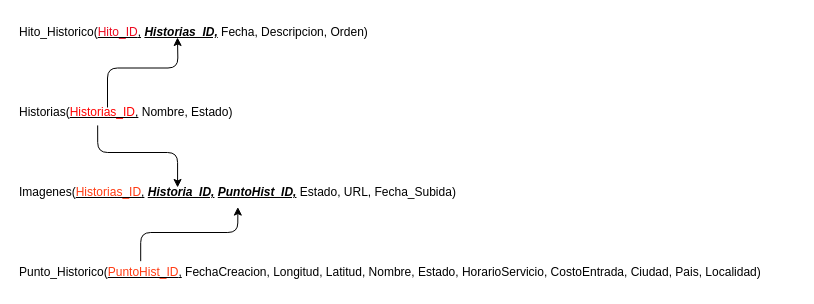
Before: page "Page-1" (1 of 2) of ModeloLogico.drawio in AlesharrDev/diagramasturista, a draw.io diagram. Source tidied: cells renumbered, new cells numbered last; positions are measured from the earlier drawing's top-left corner, leaving out a move shared by most shapes. Both pictures are drawn from the tidied source at 100%, with x=0, y=0 at pixel (17, 17).
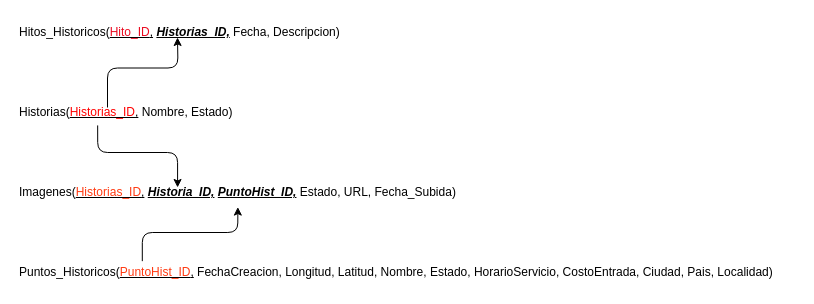
The same diagram, later.

Commit message:
modelos logico

Change to the diagram source:
```diff
@@
 <mxGraphModel>
   <root>
     <mxCell id="0" />
     <mxCell id="1" parent="0" />
-    <mxCell id="2" value="Hito_Historico(&lt;u&gt;&lt;span&gt;&lt;font style=&quot;color: light-dark(rgb(235, 10, 32), rgb(237, 237, 237));&quot;&gt;Hito_ID&lt;/font&gt;&lt;/span&gt;,&lt;/u&gt; &lt;b style=&quot;font-style: italic; text-decoration-line: underline;&quot;&gt;Historias_ID,&lt;/b&gt;&amp;nbsp;Fecha, Descripcion, O&lt;span style=&quot;background-color: transparent;&quot;&gt;rden&lt;/span&gt;&lt;span style=&quot;background-color: transparent;&quot;&gt;)&lt;/span&gt;" style="text;html=1;align=left;verticalAlign=middle;strokeColor=none;fillColor=none;" parent="1" vertex="1">
-      <mxGeometry width="370" height="30" as="geometry" />
+    <mxCell id="2" value="Hitos_Historicos(&lt;u&gt;&lt;span&gt;&lt;font style=&quot;color: light-dark(rgb(235, 10, 32), rgb(237, 237, 237));&quot;&gt;Hito_ID&lt;/font&gt;&lt;/span&gt;,&lt;/u&gt; &lt;b style=&quot;font-style: italic; text-decoration-line: underline;&quot;&gt;Historias_ID,&lt;/b&gt;&amp;nbsp;Fecha, Descripcion&lt;span style=&quot;background-color: transparent;&quot;&gt;)&lt;/span&gt;" style="text;html=1;align=left;verticalAlign=middle;strokeColor=none;fillColor=none;" parent="1" vertex="1">
+      <mxGeometry width="340" height="30" as="geometry" />
     </mxCell>
     <mxCell id="3" value="Historias(&lt;u&gt;&lt;font style=&quot;color: light-dark(rgb(255, 0, 0), rgb(237, 237, 237));&quot;&gt;Historias_ID&lt;/font&gt;,&lt;/u&gt;&amp;nbsp;Nombre, Estado)" style="text;html=1;align=left;verticalAlign=middle;points=[];strokeColor=none;fillColor=none;" parent="1" vertex="1">
       <mxGeometry y="80" width="240" height="30" as="geometry" />
     </mxCell>
     <mxCell id="4" value="Imagenes(&lt;u&gt;&lt;font style=&quot;color: light-dark(rgb(255, 58, 18), rgb(237, 237, 237));&quot;&gt;Historias_ID&lt;/font&gt;,&lt;/u&gt; &lt;i style=&quot;text-decoration-line: underline; font-weight: bold;&quot;&gt;Historia_ID,&lt;/i&gt; &lt;i style=&quot;text-decoration-line: underline; font-weight: bold;&quot;&gt;PuntoHist_ID,&lt;/i&gt;&amp;nbsp;Estado, URL, Fecha_Subida)" style="text;html=1;align=left;verticalAlign=middle;points=[];strokeColor=none;fillColor=none;" parent="1" vertex="1">
       <mxGeometry y="160" width="460" height="30" as="geometry" />
     </mxCell>
-    <mxCell id="5" value="Punto_Historico(&lt;u&gt;&lt;font style=&quot;color: rgb(255, 58, 18);&quot;&gt;PuntoHist_ID&lt;/font&gt;,&lt;/u&gt;&amp;nbsp;FechaCreacion, Longitud, Latitud, Nombre, Estado, HorarioServicio, CostoEntrada, Ciudad, Pais, Localidad)" style="text;html=1;align=left;verticalAlign=middle;points=[];strokeColor=none;fillColor=none;" parent="1" vertex="1">
-      <mxGeometry y="240" width="770" height="30" as="geometry" />
+    <mxCell id="5" value="Puntos_Historicos(&lt;u&gt;&lt;font style=&quot;color: rgb(255, 58, 18);&quot;&gt;PuntoHist_ID&lt;/font&gt;,&lt;/u&gt;&amp;nbsp;FechaCreacion, Longitud, Latitud, Nombre, Estado, HorarioServicio, CostoEntrada, Ciudad, Pais, Localidad)" style="text;html=1;align=left;verticalAlign=middle;points=[];strokeColor=none;fillColor=none;" parent="1" vertex="1">
+      <mxGeometry y="240" width="780" height="30" as="geometry" />
     </mxCell>
     <mxCell id="6" style="endArrow=classic;html=1;exitX=0.375;exitY=0.333;exitDx=0;exitDy=0;exitPerimeter=0;edgeStyle=orthogonalEdgeStyle;" parent="1" edge="1" source="3">
       <mxGeometry relative="1" as="geometry">
         <mxPoint x="160" y="20" as="targetPoint" />
       </mxGeometry>
     </mxCell>
     <mxCell id="7" style="endArrow=classic;html=1;exitX=0.334;exitY=0.931;exitDx=0;exitDy=0;exitPerimeter=0;entryX=0.348;entryY=0.333;entryDx=0;entryDy=0;entryPerimeter=0;edgeStyle=orthogonalEdgeStyle;" parent="1" edge="1" source="3" target="4">
       <mxGeometry relative="1" as="geometry" />
     </mxCell>
     <mxCell id="8" style="endArrow=classic;html=1;exitX=0.16;exitY=0.122;exitDx=0;exitDy=0;exitPerimeter=0;entryX=0.479;entryY=0.986;entryDx=0;entryDy=0;entryPerimeter=0;edgeStyle=orthogonalEdgeStyle;" parent="1" edge="1" source="5" target="4">
       <mxGeometry relative="1" as="geometry" />
     </mxCell>
   </root>
 </mxGraphModel>
```
